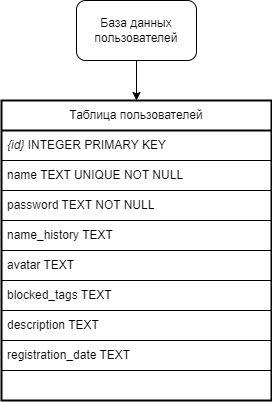
Earlier version of the draw.io export server/doc/source/images/users.drawio.png (abnormalize0/DailyTeleFrog). Source tidied: cells renumbered, new cells last; positions are measured from the earlier drawing's top-left corner, leaving out a move shared by most shapes.
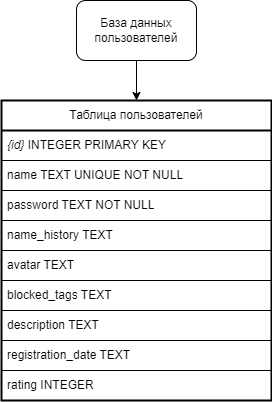
Later version of the same file.

Commit message:
55 add support for unlogged users

The edit, as a diff of the source:
```diff
@@ -35,7 +35,7 @@
     <mxCell id="12" value="registration_date TEXT" style="text;strokeColor=default;fillColor=none;align=left;verticalAlign=middle;spacingLeft=4;spacingRight=4;overflow=hidden;whiteSpace=wrap;html=1;" parent="4" vertex="1">
       <mxGeometry y="240" width="270" height="30" as="geometry" />
     </mxCell>
-    <mxCell id="13" style="text;strokeColor=default;fillColor=none;align=left;verticalAlign=middle;spacingLeft=4;spacingRight=4;overflow=hidden;whiteSpace=wrap;html=1;" parent="4" vertex="1">
+    <mxCell id="13" value="rating INTEGER" style="text;strokeColor=default;fillColor=none;align=left;verticalAlign=middle;spacingLeft=4;spacingRight=4;overflow=hidden;whiteSpace=wrap;html=1;" parent="4" vertex="1">
       <mxGeometry y="270" width="270" height="30" as="geometry" />
     </mxCell>
   </root>
```
